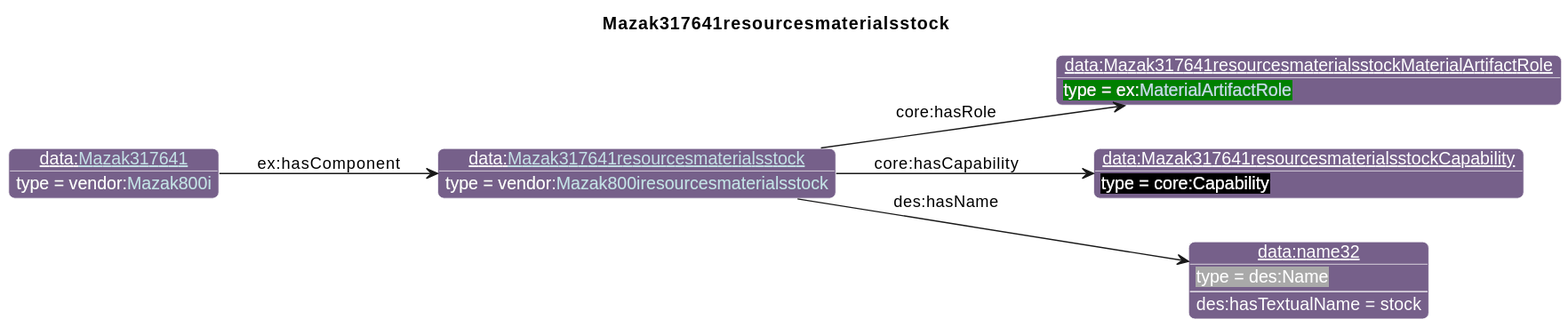
iofoundry/example-syseng-mtconnect keeps this PlantUML diagram as diagrams/Mazak317641resourcesmaterialsstock.svg. Above is the earlier version.
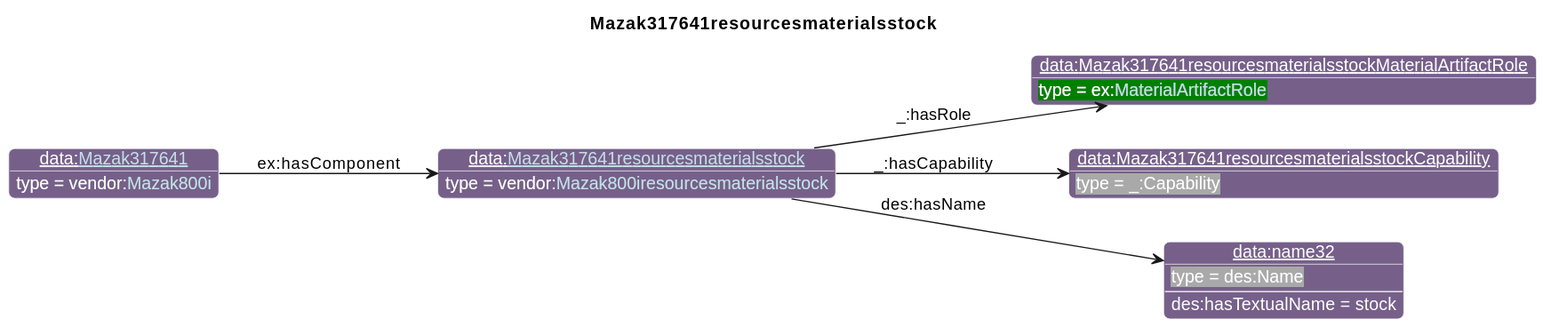
After the change.

Change to the diagram source:
```diff
@@ -27,11 +27,11 @@
       }
 individual(o0, data:[[./Mazak317641resourcesmaterialsstock.html Mazak317641resourcesmaterialsstock]], vendor:[[../Mazak.html#Mazak800iresourcesmaterialsstock Mazak800iresourcesmaterialsstock]])
 individual(o1, data:Mazak317641resourcesmaterialsstockMaterialArtifactRole, ex:[[../Example.html#MaterialArtifactRole MaterialArtifactRole]])
-individual(o2, data:Mazak317641resourcesmaterialsstockCapability, core:Capability)
+individual(o2, data:Mazak317641resourcesmaterialsstockCapability, _:Capability)
 individual(o3, data:name32, des:Name)
 individual(o4, data:[[./Mazak317641.html Mazak317641]], vendor:[[../Mazak.html#Mazak800i Mazak800i]])
-property(o0, "core:hasRole", o1)
-property(o0, "core:hasCapability", o2)
+property(o0, "_:hasRole", o1)
+property(o0, "_:hasCapability", o2)
 property(o0, "des:hasName", o3)
 data(o3, "des:hasTextualName", "stock")
 property(o4, "ex:hasComponent", o0)
```
